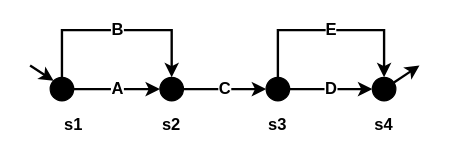
Earlier version of the draw.io diagram official_report/pictures/transition-system.drawio (KFDing/masterthesis). Source tidied: cells renumbered, new cells numbered last; positions are measured from the earlier drawing's top-left corner, leaving out a move shared by most shapes. Both pictures are drawn from the tidied source at 118%, with x=0, y=0 at pixel (30, 30).
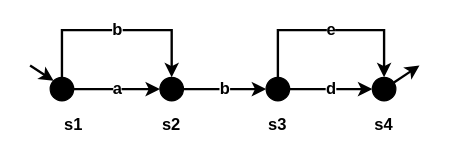
The same page after the edit.

The change refers to these unchanged cells:
```xml
<mxCell id="5" style="ellipse;whiteSpace=wrap;html=1;fillColor=#000000;" parent="1" vertex="1">
  <mxGeometry x="17" y="40" width="20" height="20" as="geometry" />
</mxCell>
<mxCell id="8" style="ellipse;whiteSpace=wrap;html=1;fillColor=#000000;" parent="1" vertex="1">
  <mxGeometry x="110" y="40" width="20" height="20" as="geometry" />
</mxCell>
<mxCell id="11" style="ellipse;whiteSpace=wrap;html=1;fillColor=#000000;" parent="1" vertex="1">
  <mxGeometry x="200" y="40" width="20" height="20" as="geometry" />
</mxCell>
<mxCell id="13" style="ellipse;whiteSpace=wrap;html=1;fillColor=#000000;" parent="1" vertex="1">
  <mxGeometry x="290" y="40" width="20" height="20" as="geometry" />
</mxCell>
```

Diff of the diagram source:
```diff
@@
-    <mxCell id="2" value="&lt;font style=&quot;font-size: 14px&quot;&gt;&lt;b&gt;B&lt;/b&gt;&lt;/font&gt;" style="edgeStyle=orthogonalEdgeStyle;rounded=0;jettySize=auto;html=1;strokeWidth=2;entryX=0.5;entryY=0;entryDx=0;entryDy=0;" parent="1" edge="1" source="5" target="8">
+    <mxCell id="2" value="&lt;font style=&quot;font-size: 14px&quot;&gt;&lt;b&gt;b&lt;/b&gt;&lt;/font&gt;" style="edgeStyle=orthogonalEdgeStyle;rounded=0;jettySize=auto;html=1;strokeWidth=2;entryX=0.5;entryY=0;entryDx=0;entryDy=0;" parent="1" edge="1" source="5" target="8">
       <mxGeometry relative="1" as="geometry">
         <Array as="points">
           <mxPoint x="27" />
           <mxPoint x="120" />
         </Array>
       </mxGeometry>
     </mxCell>
-    <mxCell id="3" value="&lt;b&gt;&lt;font style=&quot;font-size: 14px&quot;&gt;A&lt;/font&gt;&lt;/b&gt;" style="edgeStyle=none;rounded=0;jettySize=auto;html=1;entryX=0;entryY=0.5;entryDx=0;entryDy=0;strokeWidth=2;" parent="1" edge="1" source="5" target="8">
+    <mxCell id="3" value="&lt;b&gt;&lt;font style=&quot;font-size: 14px&quot;&gt;a&lt;/font&gt;&lt;/b&gt;" style="edgeStyle=none;rounded=0;jettySize=auto;html=1;entryX=0;entryY=0.5;entryDx=0;entryDy=0;strokeWidth=2;" parent="1" edge="1" source="5" target="8">
       <mxGeometry relative="1" as="geometry" />
     </mxCell>
@@
-    <mxCell id="7" value="&lt;b&gt;&lt;font style=&quot;font-size: 14px&quot;&gt;C&lt;/font&gt;&lt;/b&gt;" style="edgeStyle=orthogonalEdgeStyle;rounded=0;jettySize=auto;html=1;strokeWidth=2;" parent="1" edge="1" source="8">
+    <mxCell id="7" value="&lt;b&gt;&lt;font style=&quot;font-size: 14px&quot;&gt;b&lt;/font&gt;&lt;/b&gt;" style="edgeStyle=orthogonalEdgeStyle;rounded=0;jettySize=auto;html=1;strokeWidth=2;" parent="1" edge="1" source="8">
       <mxGeometry relative="1" as="geometry">
         <mxPoint x="200" y="50" as="targetPoint" />
       </mxGeometry>
     </mxCell>
@@
-    <mxCell id="9" value="&lt;b&gt;&lt;font style=&quot;font-size: 14px&quot;&gt;D&lt;/font&gt;&lt;/b&gt;" style="edgeStyle=orthogonalEdgeStyle;rounded=0;jettySize=auto;html=1;strokeWidth=2;" parent="1" edge="1" source="11" target="13">
+    <mxCell id="9" value="&lt;b&gt;&lt;font style=&quot;font-size: 14px&quot;&gt;d&lt;/font&gt;&lt;/b&gt;" style="edgeStyle=orthogonalEdgeStyle;rounded=0;jettySize=auto;html=1;strokeWidth=2;" parent="1" edge="1" source="11" target="13">
       <mxGeometry relative="1" as="geometry" />
     </mxCell>
-    <mxCell id="10" value="&lt;b&gt;&lt;font style=&quot;font-size: 14px&quot;&gt;E&lt;/font&gt;&lt;/b&gt;" style="edgeStyle=orthogonalEdgeStyle;rounded=0;jettySize=auto;html=1;strokeWidth=2;entryX=0.5;entryY=0;entryDx=0;entryDy=0;" parent="1" edge="1" source="11" target="13">
+    <mxCell id="10" value="&lt;b&gt;&lt;font style=&quot;font-size: 14px&quot;&gt;e&lt;/font&gt;&lt;/b&gt;" style="edgeStyle=orthogonalEdgeStyle;rounded=0;jettySize=auto;html=1;strokeWidth=2;entryX=0.5;entryY=0;entryDx=0;entryDy=0;" parent="1" edge="1" source="11" target="13">
       <mxGeometry relative="1" as="geometry">
         <Array as="points">
           <mxPoint x="210" />
           <mxPoint x="300" />
         </Array>
       </mxGeometry>
     </mxCell>
```
